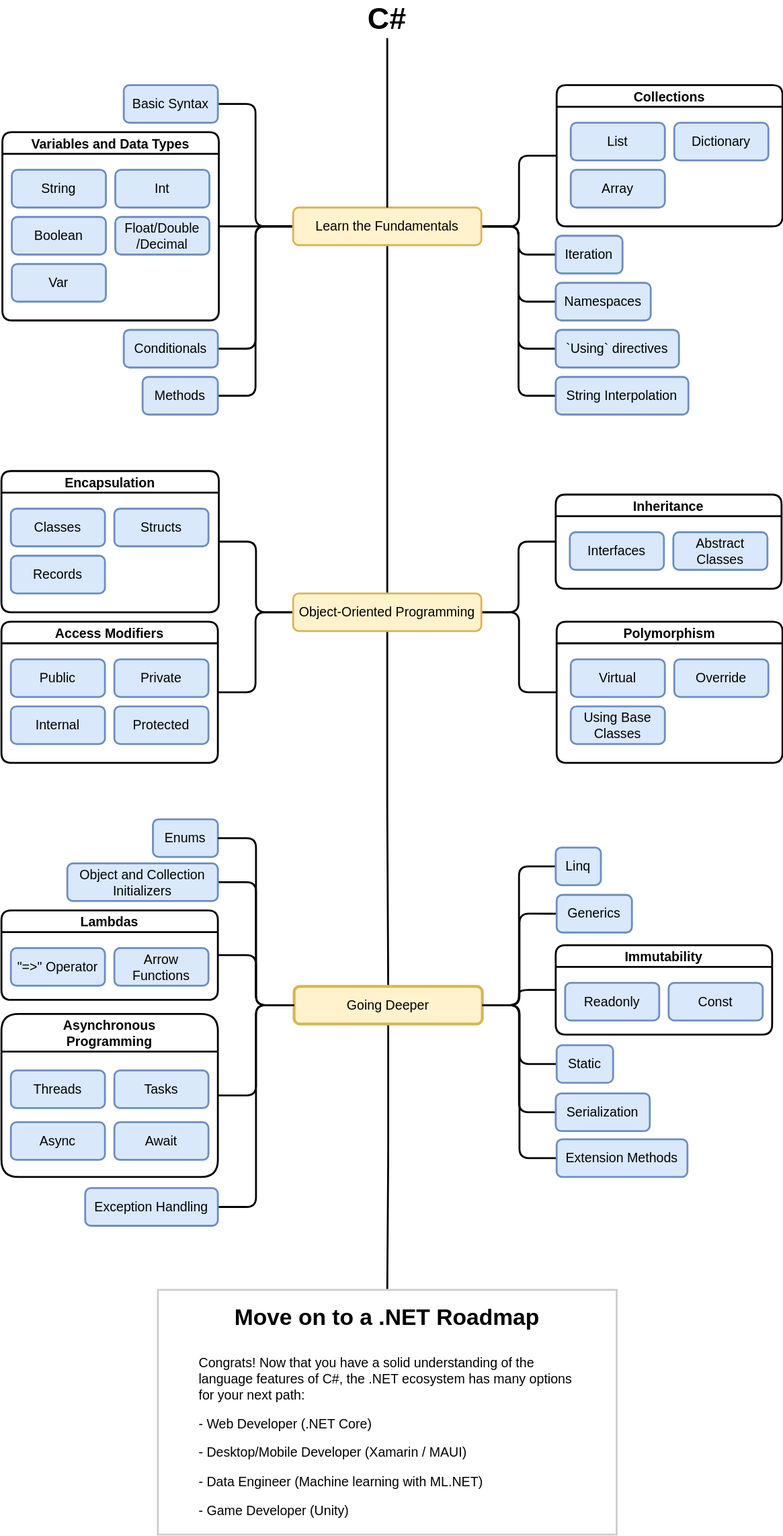
Above: csharp-roadmap.drawio.svg in gridlocdev/csharp-learning-roadmap (draw.io), before the change. Source tidied: cells renumbered, new cells last; positions are measured from the earlier drawing's top-left corner, leaving out a move shared by most shapes.
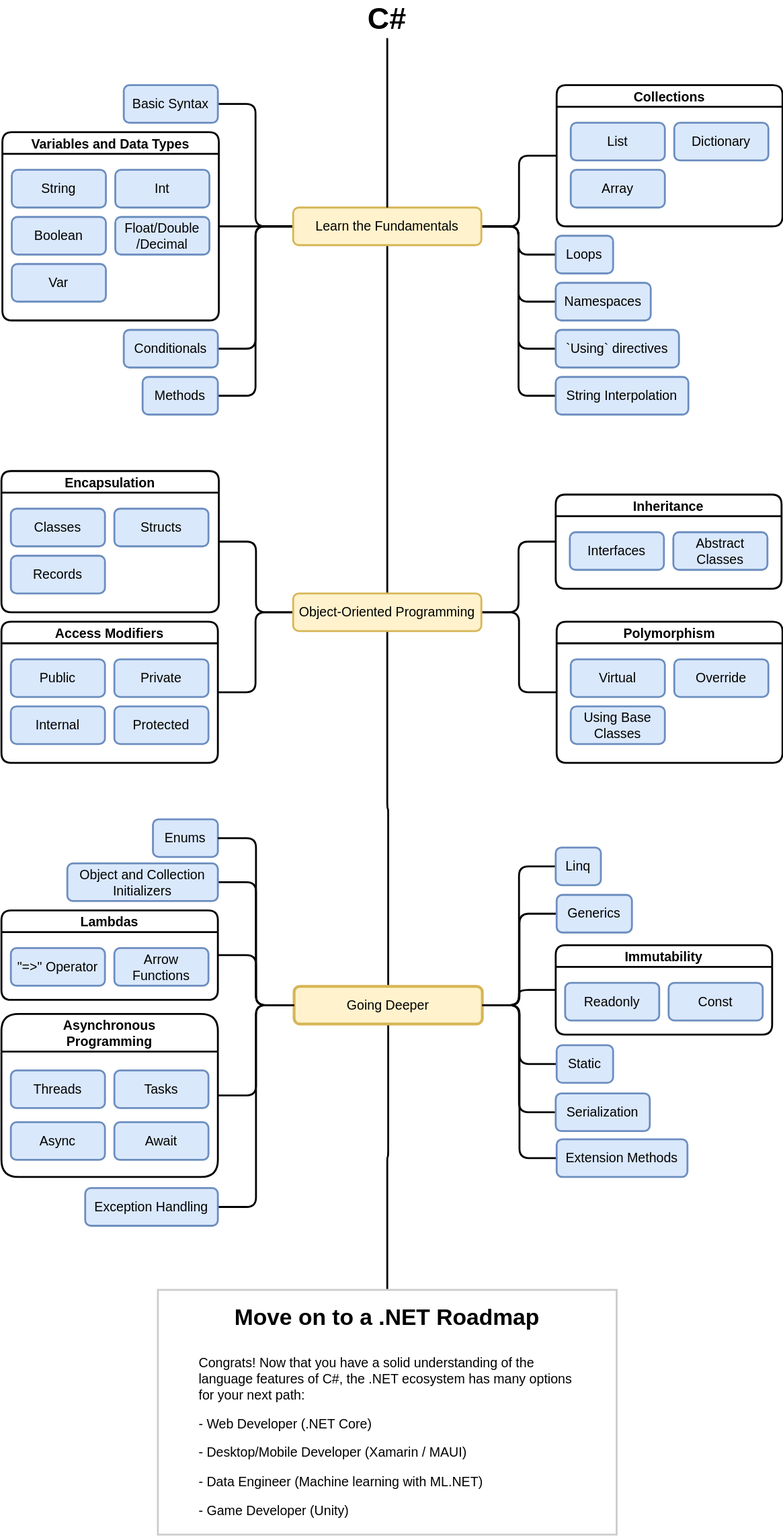
Above is the later version.

Commit message:
Fixed README 'Collections' ordering and re-exported diagram

Change to the diagram source:
```diff
@@ -53,8 +53,8 @@
     <mxCell id="18" value="&lt;a href=&quot;https://docs.microsoft.com/en-us/dotnet/csharp/fundamentals/types/namespaces&quot;&gt;Namespaces&lt;/a&gt;" style="rounded=1;whiteSpace=wrap;html=1;fillColor=#dae8fc;strokeColor=#6c8ebf;strokeWidth=2;fontSize=14;" parent="1" vertex="1">
       <mxGeometry x="589" y="300" width="101" height="40" as="geometry" />
     </mxCell>
-    <mxCell id="19" value="&lt;div style=&quot;font-size: 14px&quot;&gt;&lt;a href=&quot;https://docs.microsoft.com/en-us/dotnet/csharp/programming-guide/concepts/iterators&quot;&gt;Iteration&lt;/a&gt;&lt;/div&gt;" style="rounded=1;whiteSpace=wrap;html=1;fillColor=#dae8fc;strokeColor=#6c8ebf;strokeWidth=2;fontSize=14;" parent="1" vertex="1">
-      <mxGeometry x="589" y="250" width="71" height="40" as="geometry" />
+    <mxCell id="19" value="&lt;a href=&quot;https://docs.microsoft.com/en-us/dotnet/csharp/language-reference/statements/iteration-statements&quot;&gt;Loops&lt;/a&gt;" style="rounded=1;whiteSpace=wrap;html=1;fillColor=#dae8fc;strokeColor=#6c8ebf;strokeWidth=2;fontSize=14;" parent="1" vertex="1">
+      <mxGeometry x="589" y="250" width="61" height="40" as="geometry" />
     </mxCell>
     <mxCell id="20" value="&lt;div style=&quot;font-size: 14px&quot;&gt;&lt;a href=&quot;https://docs.microsoft.com/en-us/dotnet/csharp/language-reference/tokens/interpolated&quot;&gt;String Interpolation&lt;br style=&quot;font-size: 14px&quot;&gt;&lt;/a&gt;&lt;/div&gt;" style="rounded=1;whiteSpace=wrap;html=1;fillColor=#dae8fc;strokeColor=#6c8ebf;strokeWidth=2;fontSize=14;" parent="1" vertex="1">
       <mxGeometry x="589" y="400" width="141" height="40" as="geometry" />
```
